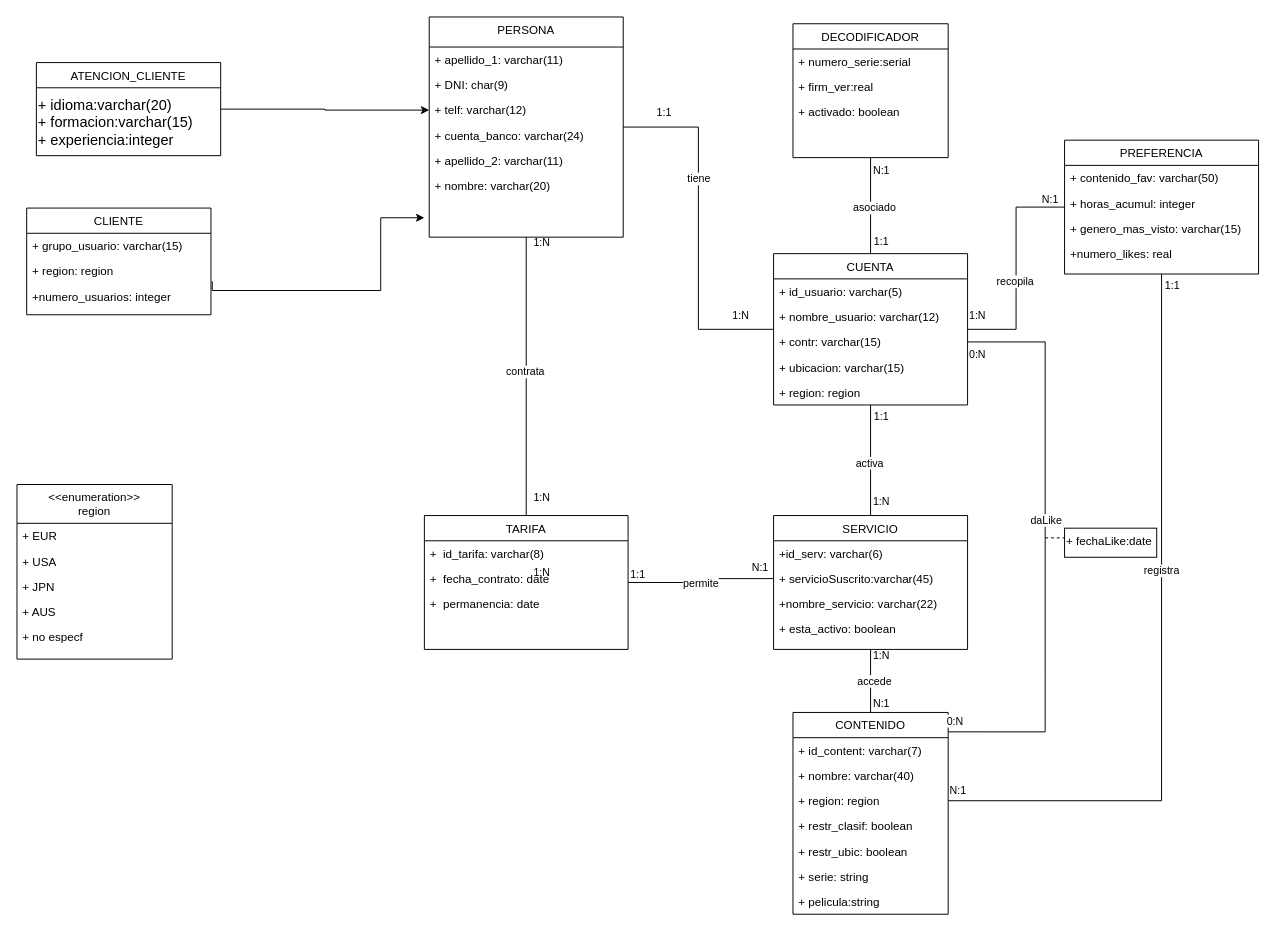
Earlier version of the draw.io diagram PROYECTO1.drawio (NyanCat6886/BasesDeDatosETSITGC). Source tidied: cells renumbered, new cells numbered last; positions are measured from the earlier drawing's top-left corner, leaving out a move shared by most shapes. Both pictures are drawn from the tidied source at 97%, with x=0, y=0 at pixel (16, 16).
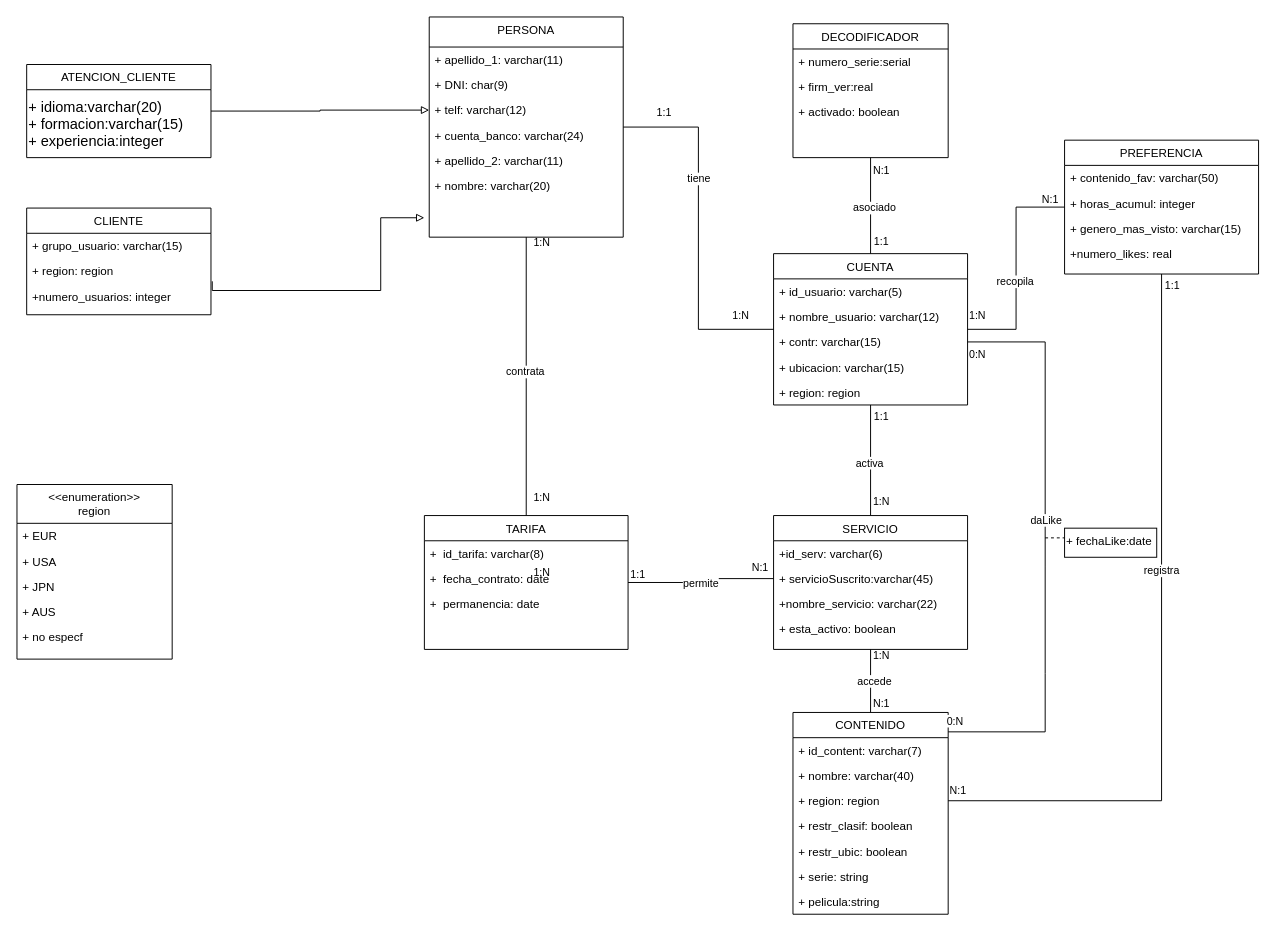
The same diagram, later.

The change refers to these unchanged cells:
```xml
<mxCell id="9" value="+ region: region" style="text;align=left;verticalAlign=top;spacingLeft=4;spacingRight=4;overflow=hidden;points=[[0,0.5],[1,0.5]];portConstraint=eastwest;rounded=0;shadow=0;html=0;" parent="7" vertex="1">
  <mxGeometry y="52" width="190" height="26" as="geometry" />
</mxCell>
<mxCell id="76" value="+ telf: varchar(12)" style="text;align=left;verticalAlign=top;spacingLeft=4;spacingRight=4;overflow=hidden;points=[[0,0.5],[1,0.5]];portConstraint=eastwest;rounded=0;shadow=0;html=0;" parent="73" vertex="1">
  <mxGeometry y="83" width="200" height="26" as="geometry" />
</mxCell>
```

The edit, as a diff of the source:
```diff
@@
-    <mxCell id="91" style="edgeStyle=orthogonalEdgeStyle;rounded=0;jettySize=auto;html=1;exitX=1;exitY=0.5;exitDx=0;exitDy=0;entryX=0;entryY=0.5;entryDx=0;entryDy=0;" parent="1" edge="1" source="92" target="76">
+    <mxCell id="91" style="edgeStyle=orthogonalEdgeStyle;rounded=0;jettySize=auto;html=1;exitX=1;exitY=0.5;exitDx=0;exitDy=0;entryX=0;entryY=0.5;entryDx=0;entryDy=0;endArrow=block;endFill=0;" parent="1" edge="1" source="92" target="76">
       <mxGeometry relative="1" as="geometry" />
     </mxCell>
     <mxCell id="92" value="ATENCION_CLIENTE" style="swimlane;fontStyle=0;align=center;verticalAlign=top;horizontal=1;startSize=26;rounded=0;shadow=0;strokeWidth=1;" parent="1" vertex="1">
-      <mxGeometry x="20" y="47" width="190" height="96" as="geometry" />
+      <mxGeometry x="10" y="49" width="190" height="96" as="geometry" />
     </mxCell>
@@
-    <mxCell id="94" style="edgeStyle=orthogonalEdgeStyle;rounded=0;jettySize=auto;html=1;exitX=1.007;exitY=0.904;exitDx=0;exitDy=0;entryX=0;entryY=0.5;entryDx=0;entryDy=0;exitPerimeter=0;" parent="1" edge="1" source="9">
+    <mxCell id="94" style="edgeStyle=orthogonalEdgeStyle;rounded=0;jettySize=auto;html=1;exitX=1.007;exitY=0.904;exitDx=0;exitDy=0;entryX=0;entryY=0.5;entryDx=0;entryDy=0;exitPerimeter=0;endArrow=block;endFill=0;" parent="1" edge="1" source="9">
       <mxGeometry relative="1" as="geometry">
         <mxPoint x="420" y="207" as="targetPoint" />
         <Array as="points">
           <mxPoint x="201" y="282" />
           <mxPoint x="375" y="282" />
           <mxPoint x="375" y="207" />
         </Array>
       </mxGeometry>
     </mxCell>
```
